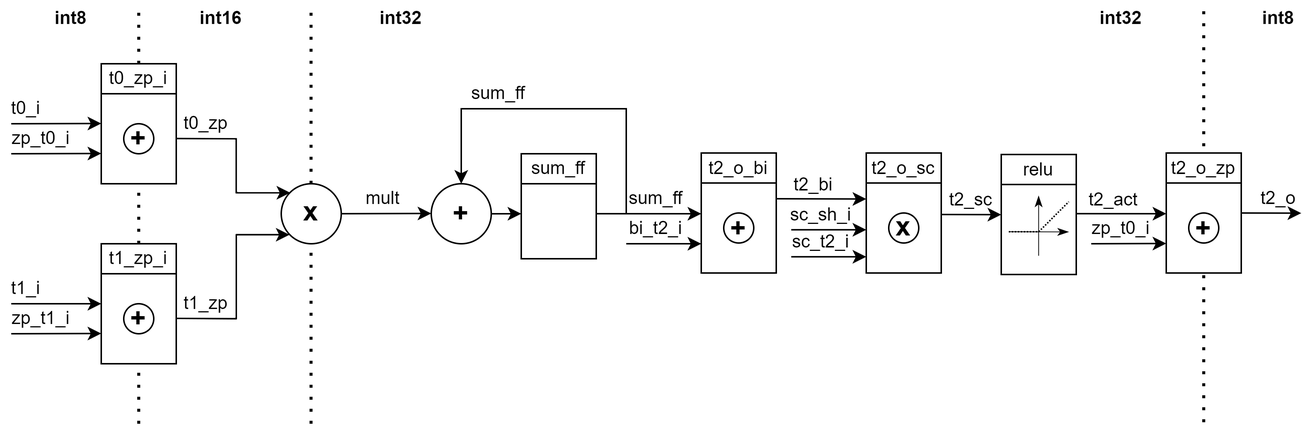
Above: doc/img/MAC.png in Bigyin1/hack (draw.io), before the change. Source tidied: cells renumbered, new cells last; positions are measured from the earlier drawing's top-left corner, leaving out a move shared by most shapes.
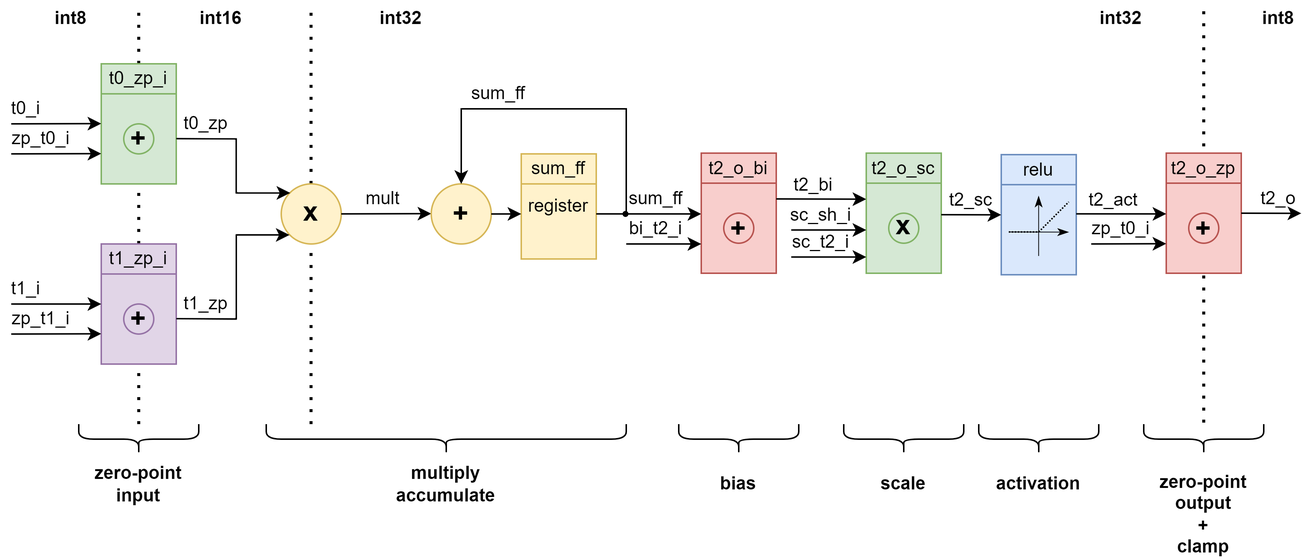
After the commit.

Change to the diagram source:
```diff
@@ -23,19 +23,19 @@
         <mxPoint x="85" y="1" as="targetPoint" />
       </mxGeometry>
     </mxCell>
-    <mxCell id="6" style="rounded=0;whiteSpace=wrap;html=1;" parent="1" vertex="1">
+    <mxCell id="6" style="rounded=0;whiteSpace=wrap;html=1;fillColor=#e1d5e7;strokeColor=#9673a6;" parent="1" vertex="1">
       <mxGeometry x="60" y="161" width="50" height="80" as="geometry" />
     </mxCell>
-    <mxCell id="7" style="rounded=0;whiteSpace=wrap;html=1;" parent="1" vertex="1">
+    <mxCell id="7" style="rounded=0;whiteSpace=wrap;html=1;fillColor=#d5e8d4;strokeColor=#82b366;" parent="1" vertex="1">
       <mxGeometry x="60" y="41" width="50" height="80" as="geometry" />
     </mxCell>
-    <mxCell id="8" style="ellipse;whiteSpace=wrap;html=1;" parent="1" vertex="1">
+    <mxCell id="8" style="ellipse;whiteSpace=wrap;html=1;fillColor=#fff2cc;strokeColor=#d6b656;" parent="1" vertex="1">
       <mxGeometry x="180" y="121" width="40" height="40" as="geometry" />
     </mxCell>
-    <mxCell id="9" value="t0_zp_i" style="text;html=1;strokeColor=default;fillColor=none;align=center;verticalAlign=middle;whiteSpace=wrap;rounded=0;" parent="1" vertex="1">
+    <mxCell id="9" value="t0_zp_i" style="text;html=1;strokeColor=#82b366;fillColor=#d5e8d4;align=center;verticalAlign=middle;whiteSpace=wrap;rounded=0;" parent="1" vertex="1">
       <mxGeometry x="60" y="41" width="50" height="20" as="geometry" />
     </mxCell>
-    <mxCell id="10" value="t1_zp_i" style="text;html=1;strokeColor=default;fillColor=none;align=center;verticalAlign=middle;whiteSpace=wrap;rounded=0;" parent="1" vertex="1">
+    <mxCell id="10" value="t1_zp_i" style="text;html=1;strokeColor=#9673a6;fillColor=#e1d5e7;align=center;verticalAlign=middle;whiteSpace=wrap;rounded=0;" parent="1" vertex="1">
       <mxGeometry x="60" y="161" width="50" height="20" as="geometry" />
     </mxCell>
     <mxCell id="11" style="endArrow=classic;html=1;rounded=0;entryX=0;entryY=0.5;entryDx=0;entryDy=0;" parent="1" edge="1">
@@ -66,10 +66,10 @@
     <mxCell id="15" value="t1_i" style="text;html=1;strokeColor=none;fillColor=none;align=center;verticalAlign=middle;whiteSpace=wrap;rounded=0;" parent="1" vertex="1">
       <mxGeometry y="181" width="20" height="20" as="geometry" />
     </mxCell>
-    <mxCell id="16" style="group;" parent="1" vertex="1">
+    <mxCell id="16" style="group;fillColor=none;strokeColor=none;" parent="1" vertex="1">
       <mxGeometry x="75" y="81" width="20" height="20" as="geometry" />
     </mxCell>
-    <mxCell id="17" style="ellipse;whiteSpace=wrap;html=1;" parent="16" vertex="1">
+    <mxCell id="17" style="ellipse;whiteSpace=wrap;html=1;fillColor=#d5e8d4;strokeColor=#82b366;" parent="16" vertex="1">
       <mxGeometry width="20" height="20" as="geometry" />
     </mxCell>
     <mxCell id="18" value="&lt;b&gt;&lt;font style=&quot;font-size: 18px;&quot;&gt;+&lt;/font&gt;&lt;/b&gt;" style="text;html=1;strokeColor=none;fillColor=none;align=center;verticalAlign=middle;whiteSpace=wrap;rounded=0;strokeWidth=4;" parent="16" vertex="1">
@@ -96,7 +96,7 @@
     <mxCell id="23" style="group;" parent="1" vertex="1">
       <mxGeometry x="75" y="201" width="20" height="20" as="geometry" />
     </mxCell>
-    <mxCell id="24" style="ellipse;whiteSpace=wrap;html=1;" parent="23" vertex="1">
+    <mxCell id="24" style="ellipse;whiteSpace=wrap;html=1;fillColor=#e1d5e7;strokeColor=#9673a6;" parent="23" vertex="1">
       <mxGeometry width="20" height="20" as="geometry" />
     </mxCell>
     <mxCell id="25" value="&lt;b&gt;&lt;font style=&quot;font-size: 18px;&quot;&gt;+&lt;/font&gt;&lt;/b&gt;" style="text;html=1;strokeColor=none;fillColor=none;align=center;verticalAlign=middle;whiteSpace=wrap;rounded=0;strokeWidth=4;" parent="23" vertex="1">
@@ -138,7 +138,7 @@
     <mxCell id="34" value="mult" style="text;html=1;strokeColor=none;fillColor=none;align=center;verticalAlign=middle;whiteSpace=wrap;rounded=0;" parent="1" vertex="1">
       <mxGeometry x="238" y="121" width="20" height="20" as="geometry" />
     </mxCell>
-    <mxCell id="35" style="ellipse;whiteSpace=wrap;html=1;" parent="1" vertex="1">
+    <mxCell id="35" style="ellipse;whiteSpace=wrap;html=1;fillColor=#fff2cc;strokeColor=#d6b656;" parent="1" vertex="1">
       <mxGeometry x="280" y="121" width="40" height="40" as="geometry" />
     </mxCell>
     <mxCell id="36" value="&lt;span style=&quot;font-size: 18px;&quot;&gt;&lt;b&gt;+&lt;/b&gt;&lt;/span&gt;" style="text;html=1;strokeColor=none;fillColor=none;align=center;verticalAlign=middle;whiteSpace=wrap;rounded=0;strokeWidth=4;" parent="1" vertex="1">
@@ -153,10 +153,10 @@
         </Array>
       </mxGeometry>
     </mxCell>
-    <mxCell id="38" style="rounded=0;whiteSpace=wrap;html=1;" parent="1" vertex="1">
+    <mxCell id="38" value="register" style="rounded=0;whiteSpace=wrap;html=1;fillColor=#fff2cc;strokeColor=#d6b656;" parent="1" vertex="1">
       <mxGeometry x="340" y="101" width="50" height="70" as="geometry" />
     </mxCell>
-    <mxCell id="39" value="sum_ff" style="text;html=1;strokeColor=default;fillColor=none;align=center;verticalAlign=middle;whiteSpace=wrap;rounded=0;" parent="1" vertex="1">
+    <mxCell id="39" value="sum_ff" style="text;html=1;strokeColor=#d6b656;fillColor=#fff2cc;align=center;verticalAlign=middle;whiteSpace=wrap;rounded=0;" parent="1" vertex="1">
       <mxGeometry x="340" y="101" width="50" height="20" as="geometry" />
     </mxCell>
     <mxCell id="40" style="endArrow=classic;html=1;rounded=0;" parent="1" edge="1">
@@ -170,43 +170,43 @@
         <mxPoint x="460" y="141" as="targetPoint" />
       </mxGeometry>
     </mxCell>
-    <mxCell id="42" style="rounded=0;whiteSpace=wrap;html=1;" parent="1" vertex="1">
+    <mxCell id="42" style="rounded=0;whiteSpace=wrap;html=1;fillColor=#f8cecc;strokeColor=#b85450;" parent="1" vertex="1">
       <mxGeometry x="460" y="100.5" width="50" height="80" as="geometry" />
     </mxCell>
-    <mxCell id="43" value="t2_o_bi" style="text;html=1;strokeColor=default;fillColor=none;align=center;verticalAlign=middle;whiteSpace=wrap;rounded=0;" parent="1" vertex="1">
+    <mxCell id="43" value="t2_o_bi" style="text;html=1;strokeColor=#b85450;fillColor=#f8cecc;align=center;verticalAlign=middle;whiteSpace=wrap;rounded=0;" parent="1" vertex="1">
       <mxGeometry x="460" y="100.5" width="50" height="20" as="geometry" />
     </mxCell>
     <mxCell id="44" style="group;" parent="1" vertex="1">
       <mxGeometry x="475" y="140.5" width="20" height="20" as="geometry" />
     </mxCell>
-    <mxCell id="45" style="ellipse;whiteSpace=wrap;html=1;" parent="44" vertex="1">
+    <mxCell id="45" style="ellipse;whiteSpace=wrap;html=1;fillColor=#f8cecc;strokeColor=#b85450;" parent="44" vertex="1">
       <mxGeometry width="20" height="20" as="geometry" />
     </mxCell>
     <mxCell id="46" value="&lt;b&gt;&lt;font style=&quot;font-size: 18px;&quot;&gt;+&lt;/font&gt;&lt;/b&gt;" style="text;html=1;strokeColor=none;fillColor=none;align=center;verticalAlign=middle;whiteSpace=wrap;rounded=0;strokeWidth=4;" parent="44" vertex="1">
       <mxGeometry width="20" height="20" as="geometry" />
     </mxCell>
-    <mxCell id="47" style="rounded=0;whiteSpace=wrap;html=1;" parent="1" vertex="1">
+    <mxCell id="47" style="rounded=0;whiteSpace=wrap;html=1;fillColor=#d5e8d4;strokeColor=#82b366;" parent="1" vertex="1">
       <mxGeometry x="570" y="100.5" width="50" height="80" as="geometry" />
     </mxCell>
-    <mxCell id="48" value="t2_o_sc" style="text;html=1;strokeColor=default;fillColor=none;align=center;verticalAlign=middle;whiteSpace=wrap;rounded=0;" parent="1" vertex="1">
+    <mxCell id="48" value="t2_o_sc" style="text;html=1;strokeColor=#82b366;fillColor=#d5e8d4;align=center;verticalAlign=middle;whiteSpace=wrap;rounded=0;" parent="1" vertex="1">
       <mxGeometry x="570" y="100.5" width="50" height="20" as="geometry" />
     </mxCell>
-    <mxCell id="49" style="rounded=0;whiteSpace=wrap;html=1;" parent="1" vertex="1">
+    <mxCell id="49" style="rounded=0;whiteSpace=wrap;html=1;fillColor=#dae8fc;strokeColor=#6c8ebf;" parent="1" vertex="1">
       <mxGeometry x="660" y="101.5" width="50" height="80" as="geometry" />
     </mxCell>
-    <mxCell id="50" value="relu" style="text;html=1;strokeColor=default;fillColor=none;align=center;verticalAlign=middle;whiteSpace=wrap;rounded=0;" parent="1" vertex="1">
+    <mxCell id="50" value="relu" style="text;html=1;strokeColor=#6c8ebf;fillColor=#dae8fc;align=center;verticalAlign=middle;whiteSpace=wrap;rounded=0;" parent="1" vertex="1">
       <mxGeometry x="660" y="101.5" width="50" height="20" as="geometry" />
     </mxCell>
-    <mxCell id="51" style="rounded=0;whiteSpace=wrap;html=1;" parent="1" vertex="1">
+    <mxCell id="51" style="rounded=0;whiteSpace=wrap;html=1;fillColor=#f8cecc;strokeColor=#b85450;" parent="1" vertex="1">
       <mxGeometry x="770" y="100.5" width="50" height="80" as="geometry" />
     </mxCell>
-    <mxCell id="52" value="t2_o_zp" style="text;html=1;strokeColor=default;fillColor=none;align=center;verticalAlign=middle;whiteSpace=wrap;rounded=0;" parent="1" vertex="1">
+    <mxCell id="52" value="t2_o_zp" style="text;html=1;strokeColor=#b85450;fillColor=#f8cecc;align=center;verticalAlign=middle;whiteSpace=wrap;rounded=0;" parent="1" vertex="1">
       <mxGeometry x="770" y="100.5" width="50" height="20" as="geometry" />
     </mxCell>
     <mxCell id="53" style="group;" parent="1" vertex="1">
-      <mxGeometry x="785" y="140.5" width="20" height="20" as="geometry" />
+      <mxGeometry x="785" y="140.5" width="20" height="21" as="geometry" />
     </mxCell>
-    <mxCell id="54" style="ellipse;whiteSpace=wrap;html=1;" parent="53" vertex="1">
+    <mxCell id="54" style="ellipse;whiteSpace=wrap;html=1;fillColor=#f8cecc;strokeColor=#b85450;" parent="53" vertex="1">
       <mxGeometry width="20" height="20" as="geometry" />
     </mxCell>
     <mxCell id="55" value="&lt;b&gt;&lt;font style=&quot;font-size: 18px;&quot;&gt;+&lt;/font&gt;&lt;/b&gt;" style="text;html=1;strokeColor=none;fillColor=none;align=center;verticalAlign=middle;whiteSpace=wrap;rounded=0;strokeWidth=4;" parent="53" vertex="1">
@@ -257,11 +257,11 @@
         <mxPoint x="705" y="153.1" as="targetPoint" />
       </mxGeometry>
     </mxCell>
-    <mxCell id="64" style="ellipse;whiteSpace=wrap;html=1;" parent="1" vertex="1">
+    <mxCell id="64" style="ellipse;whiteSpace=wrap;html=1;fillColor=#d5e8d4;strokeColor=#82b366;" parent="1" vertex="1">
       <mxGeometry x="585" y="140.5" width="20" height="20" as="geometry" />
     </mxCell>
     <mxCell id="65" value="&lt;b&gt;&lt;font style=&quot;font-size: 18px;&quot;&gt;x&lt;/font&gt;&lt;/b&gt;" style="text;html=1;strokeColor=none;fillColor=none;align=center;verticalAlign=middle;whiteSpace=wrap;rounded=0;strokeWidth=4;" parent="1" vertex="1">
-      <mxGeometry x="585" y="139.5" width="20" height="20" as="geometry" />
+      <mxGeometry x="585" y="138.5" width="20" height="20" as="geometry" />
     </mxCell>
     <mxCell id="66" style="endArrow=classic;html=1;rounded=0;exitX=0;exitY=1;exitDx=0;exitDy=0;" parent="1" edge="1" source="67">
       <mxGeometry relative="1" as="geometry">
@@ -313,5 +313,44 @@
     <mxCell id="79" value="&lt;b&gt;int32&lt;/b&gt;" style="text;html=1;strokeColor=none;fillColor=none;align=center;verticalAlign=middle;whiteSpace=wrap;rounded=0;" parent="1" vertex="1">
       <mxGeometry x="730" y="1" width="20" height="20" as="geometry" />
     </mxCell>
+    <mxCell id="80" value="&lt;b&gt;zero-point output&lt;br&gt;+ &lt;br&gt;clamp&lt;br&gt;&lt;/b&gt;" style="text;html=1;strokeColor=none;fillColor=none;align=center;verticalAlign=middle;whiteSpace=wrap;rounded=0;" parent="1" vertex="1">
+      <mxGeometry x="765" y="311" width="60" height="60" as="geometry" />
+    </mxCell>
+    <mxCell id="81" value="&lt;b&gt;activation&lt;/b&gt;" style="text;html=1;strokeColor=none;fillColor=none;align=center;verticalAlign=middle;whiteSpace=wrap;rounded=0;" parent="1" vertex="1">
+      <mxGeometry x="655" y="311" width="60" height="20" as="geometry" />
+    </mxCell>
+    <mxCell id="82" value="&lt;b&gt;scale&lt;/b&gt;" style="text;html=1;strokeColor=none;fillColor=none;align=center;verticalAlign=middle;whiteSpace=wrap;rounded=0;" parent="1" vertex="1">
+      <mxGeometry x="565" y="311" width="60" height="20" as="geometry" />
+    </mxCell>
+    <mxCell id="83" value="&lt;b&gt;bias&lt;/b&gt;" style="text;html=1;strokeColor=none;fillColor=none;align=center;verticalAlign=middle;whiteSpace=wrap;rounded=0;" parent="1" vertex="1">
+      <mxGeometry x="455" y="311" width="60" height="20" as="geometry" />
+    </mxCell>
+    <mxCell id="84" value="&lt;b&gt;multiply accumulate&lt;/b&gt;" style="text;html=1;strokeColor=none;fillColor=none;align=center;verticalAlign=middle;whiteSpace=wrap;rounded=0;" parent="1" vertex="1">
+      <mxGeometry x="260" y="311" width="60" height="20" as="geometry" />
+    </mxCell>
+    <mxCell id="85" value="&lt;b&gt;zero-point input&lt;/b&gt;" style="text;html=1;strokeColor=none;fillColor=none;align=center;verticalAlign=middle;whiteSpace=wrap;rounded=0;" parent="1" vertex="1">
+      <mxGeometry x="55" y="311" width="60" height="20" as="geometry" />
+    </mxCell>
+    <mxCell id="86" style="shape=curlyBracket;whiteSpace=wrap;html=1;rounded=1;labelPosition=left;verticalLabelPosition=middle;align=right;verticalAlign=middle;rotation=-90;" parent="1" vertex="1">
+      <mxGeometry x="75" y="251" width="20" height="80" as="geometry" />
+    </mxCell>
+    <mxCell id="87" style="shape=curlyBracket;whiteSpace=wrap;html=1;rounded=1;labelPosition=left;verticalLabelPosition=middle;align=right;verticalAlign=middle;rotation=-90;" parent="1" vertex="1">
+      <mxGeometry x="280" y="171" width="20" height="240" as="geometry" />
+    </mxCell>
+    <mxCell id="88" style="shape=curlyBracket;whiteSpace=wrap;html=1;rounded=1;labelPosition=left;verticalLabelPosition=middle;align=right;verticalAlign=middle;rotation=-90;" parent="1" vertex="1">
+      <mxGeometry x="475" y="251" width="20" height="80" as="geometry" />
+    </mxCell>
+    <mxCell id="89" style="shape=curlyBracket;whiteSpace=wrap;html=1;rounded=1;labelPosition=left;verticalLabelPosition=middle;align=right;verticalAlign=middle;rotation=-90;" parent="1" vertex="1">
+      <mxGeometry x="585" y="251" width="20" height="80" as="geometry" />
+    </mxCell>
+    <mxCell id="90" style="shape=curlyBracket;whiteSpace=wrap;html=1;rounded=1;labelPosition=left;verticalLabelPosition=middle;align=right;verticalAlign=middle;rotation=-90;" parent="1" vertex="1">
+      <mxGeometry x="675" y="251" width="20" height="80" as="geometry" />
+    </mxCell>
+    <mxCell id="91" style="shape=curlyBracket;whiteSpace=wrap;html=1;rounded=1;labelPosition=left;verticalLabelPosition=middle;align=right;verticalAlign=middle;rotation=-90;" parent="1" vertex="1">
+      <mxGeometry x="785" y="251" width="20" height="80" as="geometry" />
+    </mxCell>
+    <mxCell id="92" style="ellipse;whiteSpace=wrap;html=1;fillColor=#000000;" parent="1" vertex="1">
+      <mxGeometry x="408" y="139.5" width="3" height="3" as="geometry" />
+    </mxCell>
   </root>
 </mxGraphModel>
```
